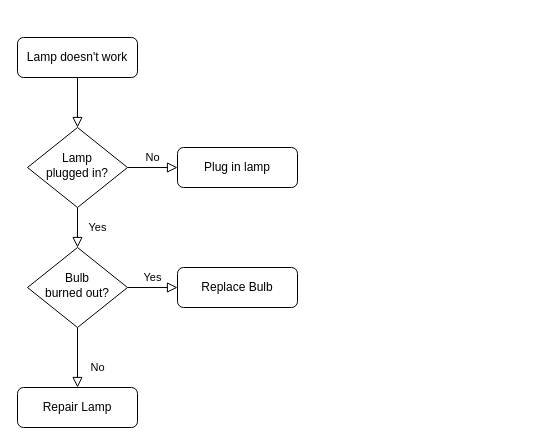
Above: 제목 없는 다이어그램.drawio in 90zuniv/90z (draw.io), before the change. Source tidied: cells renumbered, new cells numbered last; positions are measured from the earlier drawing's top-left corner, leaving out a move shared by most shapes. Both pictures are drawn from the tidied source at 100%, with x=0, y=0 at pixel (17, 37).
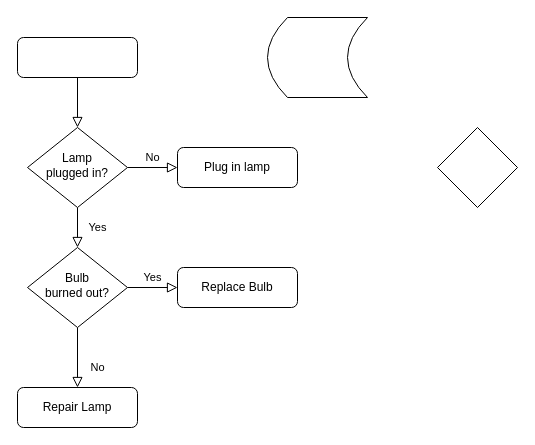
Above is the later version.

Diff of the diagram source:
```diff
@@
 <mxGraphModel>
   <root>
     <mxCell id="0" />
     <mxCell id="1" parent="0" />
     <mxCell id="2" style="rounded=0;html=1;jettySize=auto;fontSize=11;endArrow=block;endFill=0;endSize=8;strokeWidth=1;shadow=0;labelBackgroundColor=none;edgeStyle=orthogonalEdgeStyle;" parent="1" edge="1" source="3" target="6">
       <mxGeometry relative="1" as="geometry" />
     </mxCell>
-    <mxCell id="3" value="Lamp doesn't work" style="rounded=1;whiteSpace=wrap;html=1;fontSize=12;glass=0;strokeWidth=1;shadow=0;" parent="1" vertex="1">
+    <mxCell id="3" style="rounded=1;whiteSpace=wrap;html=1;fontSize=12;glass=0;strokeWidth=1;shadow=0;" parent="1" vertex="1">
       <mxGeometry width="120" height="40" as="geometry" />
     </mxCell>
     <mxCell id="4" value="Yes" style="rounded=0;html=1;jettySize=auto;fontSize=11;endArrow=block;endFill=0;endSize=8;strokeWidth=1;shadow=0;labelBackgroundColor=none;edgeStyle=orthogonalEdgeStyle;" parent="1" edge="1" source="6" target="10">
       <mxGeometry y="20" relative="1" as="geometry" />
     </mxCell>
     <mxCell id="5" value="No" style="edgeStyle=orthogonalEdgeStyle;rounded=0;html=1;jettySize=auto;fontSize=11;endArrow=block;endFill=0;endSize=8;strokeWidth=1;shadow=0;labelBackgroundColor=none;" parent="1" edge="1" source="6" target="7">
       <mxGeometry y="10" relative="1" as="geometry" />
     </mxCell>
     <mxCell id="6" value="Lamp&lt;br&gt;plugged in?" style="rhombus;whiteSpace=wrap;html=1;shadow=0;fontFamily=Helvetica;fontSize=12;align=center;strokeWidth=1;spacing=6;spacingTop=-4;" parent="1" vertex="1">
       <mxGeometry x="10" y="90" width="100" height="80" as="geometry" />
     </mxCell>
     <mxCell id="7" value="Plug in lamp" style="rounded=1;whiteSpace=wrap;html=1;fontSize=12;glass=0;strokeWidth=1;shadow=0;" parent="1" vertex="1">
       <mxGeometry x="160" y="110" width="120" height="40" as="geometry" />
     </mxCell>
     <mxCell id="8" value="No" style="rounded=0;html=1;jettySize=auto;fontSize=11;endArrow=block;endFill=0;endSize=8;strokeWidth=1;shadow=0;labelBackgroundColor=none;edgeStyle=orthogonalEdgeStyle;" parent="1" edge="1" source="10" target="11">
       <mxGeometry x="0.33" y="20" relative="1" as="geometry" />
     </mxCell>
     <mxCell id="9" value="Yes" style="edgeStyle=orthogonalEdgeStyle;rounded=0;html=1;jettySize=auto;fontSize=11;endArrow=block;endFill=0;endSize=8;strokeWidth=1;shadow=0;labelBackgroundColor=none;" parent="1" edge="1" source="10" target="12">
       <mxGeometry y="10" relative="1" as="geometry" />
     </mxCell>
     <mxCell id="10" value="Bulb&lt;br&gt;burned out?" style="rhombus;whiteSpace=wrap;html=1;shadow=0;fontFamily=Helvetica;fontSize=12;align=center;strokeWidth=1;spacing=6;spacingTop=-4;" parent="1" vertex="1">
       <mxGeometry x="10" y="210" width="100" height="80" as="geometry" />
     </mxCell>
     <mxCell id="11" value="Repair Lamp" style="rounded=1;whiteSpace=wrap;html=1;fontSize=12;glass=0;strokeWidth=1;shadow=0;" parent="1" vertex="1">
       <mxGeometry y="350" width="120" height="40" as="geometry" />
     </mxCell>
     <mxCell id="12" value="Replace Bulb" style="rounded=1;whiteSpace=wrap;html=1;fontSize=12;glass=0;strokeWidth=1;shadow=0;" parent="1" vertex="1">
       <mxGeometry x="160" y="230" width="120" height="40" as="geometry" />
     </mxCell>
+    <mxCell id="13" style="rhombus;whiteSpace=wrap;html=1;" parent="1" vertex="1">
+      <mxGeometry x="420" y="90" width="80" height="80" as="geometry" />
+    </mxCell>
+    <mxCell id="14" style="shape=dataStorage;whiteSpace=wrap;html=1;fixedSize=1;" parent="1" vertex="1">
+      <mxGeometry x="250" y="-20" width="100" height="80" as="geometry" />
+    </mxCell>
   </root>
 </mxGraphModel>
```
